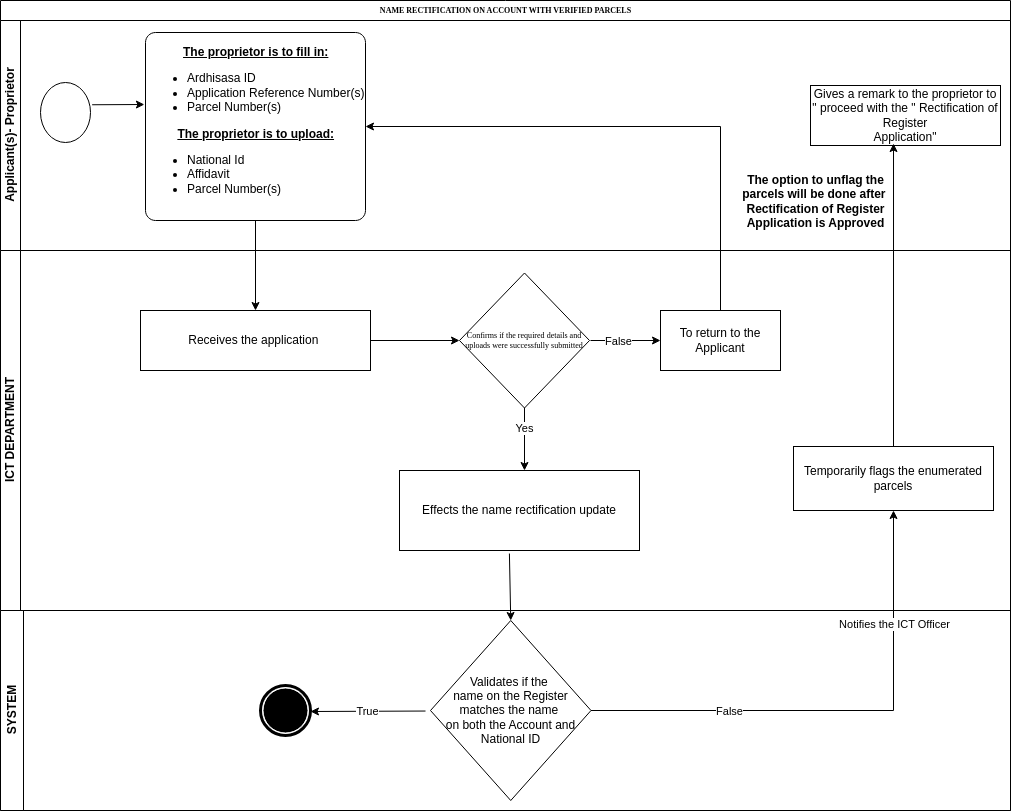
The draw.io diagram ACCOUNT NAME RECTIFICATION.drawio.png in NjeriNjeru/BPMN, before a commit. Source tidied: cells renumbered, new cells last; positions are measured from the earlier drawing's top-left corner, leaving out a move shared by most shapes.
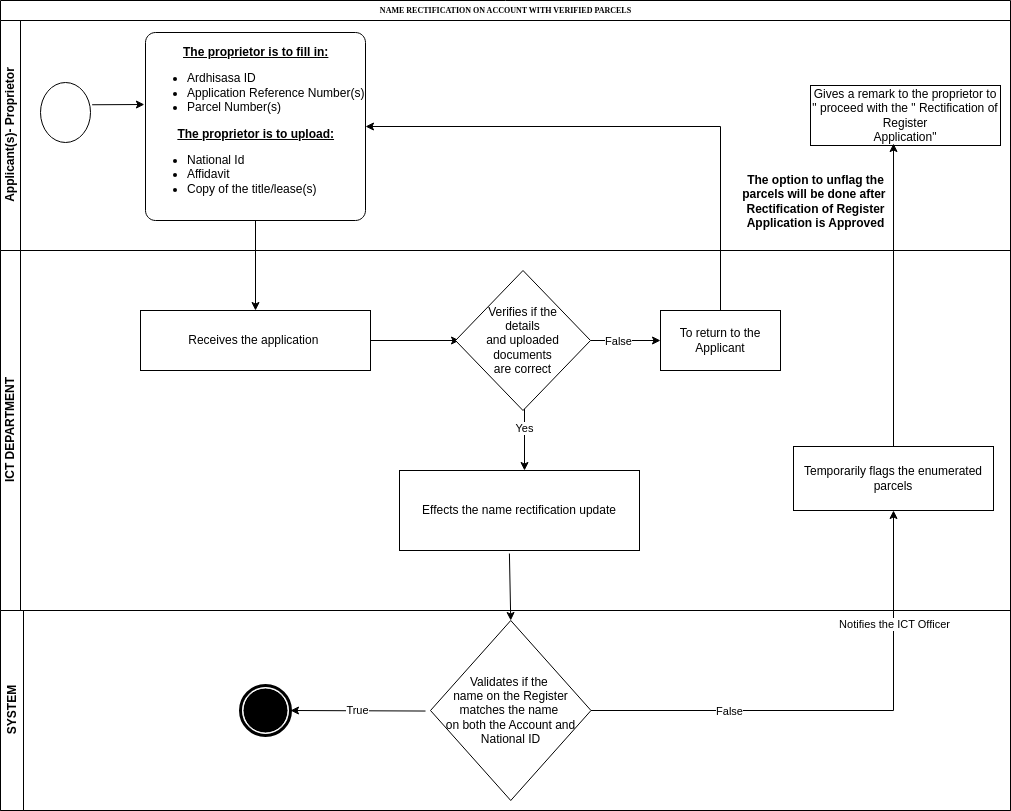
The same diagram one commit later.

Diff of the diagram source:
```diff
@@ -14,7 +14,7 @@
     <mxCell id="5" value="&lt;h6&gt;&lt;br&gt;&lt;/h6&gt;" style="text;html=1;align=center;verticalAlign=middle;strokeColor=none;fillColor=none;" parent="3" vertex="1">
       <mxGeometry x="330" y="130" width="20" height="60" as="geometry" />
     </mxCell>
-    <mxCell id="6" value="&lt;div style=&quot;text-align: center;&quot;&gt;&lt;b&gt;&lt;u&gt;The proprietor is to fill in:&lt;/u&gt;&lt;/b&gt;&lt;/div&gt;&lt;div&gt;&lt;ul&gt;&lt;li&gt;Ardhisasa ID&lt;/li&gt;&lt;li&gt;Application Reference Number(s)&lt;/li&gt;&lt;li&gt;Parcel Number(s)&lt;/li&gt;&lt;/ul&gt;&lt;b&gt;&lt;div style=&quot;text-align: center;&quot;&gt;&lt;b style=&quot;background-color: initial;&quot;&gt;&lt;u&gt;The proprietor is to upload:&lt;/u&gt;&lt;/b&gt;&lt;/div&gt;&lt;/b&gt;&lt;/div&gt;&lt;div&gt;&lt;ul&gt;&lt;li&gt;National Id&lt;/li&gt;&lt;li&gt;Affidavit&lt;/li&gt;&lt;li&gt;Parcel Number(s)&lt;/li&gt;&lt;/ul&gt;&lt;/div&gt;" style="points=[[0.25,0,0],[0.5,0,0],[0.75,0,0],[1,0.25,0],[1,0.5,0],[1,0.75,0],[0.75,1,0],[0.5,1,0],[0.25,1,0],[0,0.75,0],[0,0.5,0],[0,0.25,0]];shape=mxgraph.bpmn.task;whiteSpace=wrap;rectStyle=rounded;size=10;html=1;taskMarker=abstract;align=left;" parent="3" vertex="1">
+    <mxCell id="6" value="&lt;div style=&quot;text-align: center;&quot;&gt;&lt;b&gt;&lt;u&gt;The proprietor is to fill in:&lt;/u&gt;&lt;/b&gt;&lt;/div&gt;&lt;div&gt;&lt;ul&gt;&lt;li&gt;Ardhisasa ID&lt;/li&gt;&lt;li&gt;Application Reference Number(s)&lt;/li&gt;&lt;li&gt;Parcel Number(s)&lt;/li&gt;&lt;/ul&gt;&lt;b&gt;&lt;div style=&quot;text-align: center;&quot;&gt;&lt;b style=&quot;background-color: initial;&quot;&gt;&lt;u&gt;The proprietor is to upload:&lt;/u&gt;&lt;/b&gt;&lt;/div&gt;&lt;/b&gt;&lt;/div&gt;&lt;div&gt;&lt;ul&gt;&lt;li&gt;National Id&lt;/li&gt;&lt;li&gt;Affidavit&lt;/li&gt;&lt;li&gt;Copy of the title/lease(s)&lt;/li&gt;&lt;/ul&gt;&lt;/div&gt;" style="points=[[0.25,0,0],[0.5,0,0],[0.75,0,0],[1,0.25,0],[1,0.5,0],[1,0.75,0],[0.75,1,0],[0.5,1,0],[0.25,1,0],[0,0.75,0],[0,0.5,0],[0,0.25,0]];shape=mxgraph.bpmn.task;whiteSpace=wrap;rectStyle=rounded;size=10;html=1;taskMarker=abstract;align=left;" parent="3" vertex="1">
       <mxGeometry x="145" y="12" width="220" height="188" as="geometry" />
     </mxCell>
     <mxCell id="7" style="endArrow=classic;html=1;rounded=0;exitX=1.033;exitY=0.371;exitDx=0;exitDy=0;exitPerimeter=0;entryX=-0.005;entryY=0.383;entryDx=0;entryDy=0;entryPerimeter=0;" parent="3" edge="1" source="4" target="6">
@@ -41,14 +41,14 @@
     <mxCell id="13" value="Receives the application&amp;nbsp;" style="rounded=0;whiteSpace=wrap;html=1;" parent="12" vertex="1">
       <mxGeometry x="140" y="60" width="230" height="60" as="geometry" />
     </mxCell>
-    <mxCell id="14" value="&lt;h6&gt;&lt;font face=&quot;Times New Roman&quot; style=&quot;font-weight: normal;&quot;&gt;Confirms if the required details and uploads were successfully submitted&lt;/font&gt;&lt;/h6&gt;" style="rhombus;whiteSpace=wrap;html=1;rounded=0;align=center;" parent="12" vertex="1">
-      <mxGeometry x="459" y="22.5" width="130" height="135" as="geometry" />
-    </mxCell>
-    <mxCell id="15" style="endArrow=classic;html=1;rounded=0;exitX=1;exitY=0.5;exitDx=0;exitDy=0;entryX=0;entryY=0.5;entryDx=0;entryDy=0;" parent="12" edge="1" source="13" target="14">
-      <mxGeometry relative="1" as="geometry" />
+    <mxCell id="15" style="endArrow=classic;html=1;rounded=0;exitX=1;exitY=0.5;exitDx=0;exitDy=0;entryX=0;entryY=0.5;entryDx=0;entryDy=0;" parent="12" edge="1" source="13">
+      <mxGeometry relative="1" as="geometry">
+        <mxPoint x="459" y="90" as="targetPoint" />
+      </mxGeometry>
     </mxCell>
-    <mxCell id="16" style="endArrow=classic;html=1;rounded=0;exitX=0.5;exitY=1;exitDx=0;exitDy=0;" parent="12" edge="1" source="14">
+    <mxCell id="16" style="endArrow=classic;html=1;rounded=0;exitX=0.5;exitY=1;exitDx=0;exitDy=0;" parent="12" edge="1">
       <mxGeometry relative="1" as="geometry">
+        <mxPoint x="524" y="157.5" as="sourcePoint" />
         <mxPoint x="524" y="220" as="targetPoint" />
       </mxGeometry>
     </mxCell>
@@ -70,6 +70,9 @@
     <mxCell id="22" value="&lt;span style=&quot;text-align: left;&quot;&gt;Temporarily flags the enumerated parcels&lt;/span&gt;" style="rounded=0;whiteSpace=wrap;html=1;" parent="20" vertex="1">
       <mxGeometry x="793" y="196" width="200" height="64" as="geometry" />
     </mxCell>
+    <mxCell id="34" value="Verifies if the&lt;div&gt;details&lt;div&gt;and uploaded&lt;/div&gt;&lt;div&gt;documents&lt;/div&gt;&lt;div&gt;are correct&lt;/div&gt;&lt;/div&gt;" style="rhombus;whiteSpace=wrap;html=1;" parent="20" vertex="1">
+      <mxGeometry x="455" y="20" width="135" height="140" as="geometry" />
+    </mxCell>
     <mxCell id="23" value="SYSTEM" style="swimlane;horizontal=0;whiteSpace=wrap;html=1;" parent="2" vertex="1">
       <mxGeometry y="610" width="1010" height="200" as="geometry" />
     </mxCell>
@@ -77,8 +80,11 @@
       <mxGeometry x="430" y="10" width="160.5" height="180" as="geometry" />
     </mxCell>
     <mxCell id="25" style="points=[[0.145,0.145,0],[0.5,0,0],[0.855,0.145,0],[1,0.5,0],[0.855,0.855,0],[0.5,1,0],[0.145,0.855,0],[0,0.5,0]];shape=mxgraph.bpmn.event;html=1;verticalLabelPosition=bottom;labelBackgroundColor=#ffffff;verticalAlign=top;align=center;perimeter=ellipsePerimeter;outlineConnect=0;outline=end;symbol=terminate;" parent="23" vertex="1">
-      <mxGeometry x="260" y="75" width="50" height="50" as="geometry" />
+      <mxGeometry x="240" y="75" width="50" height="50" as="geometry" />
     </mxCell>
+    <mxCell id="33" value="True" style="endArrow=classic;html=1;rounded=0;exitX=-0.031;exitY=0.503;exitDx=0;exitDy=0;exitPerimeter=0;entryX=1;entryY=0.5;entryDx=0;entryDy=0;entryPerimeter=0;" parent="23" edge="1" source="24" target="25">
+      <mxGeometry relative="1" as="geometry" />
+    </mxCell>
     <mxCell id="26" style="edgeStyle=orthogonalEdgeStyle;rounded=0;jettySize=auto;html=1;entryX=0.5;entryY=1;entryDx=0;entryDy=0;" parent="2" edge="1" source="24" target="22">
       <mxGeometry relative="1" as="geometry" />
     </mxCell>
@@ -103,14 +109,9 @@
     </mxCell>
     <mxCell id="32" style="endArrow=classic;html=1;rounded=0;" parent="1" edge="1">
       <mxGeometry relative="1" as="geometry">
-        <mxPoint x="430" y="216" as="sourcePoint" />
-        <mxPoint x="430" y="216" as="targetPoint" />
+        <mxPoint x="420" y="200" as="sourcePoint" />
+        <mxPoint x="420" y="200" as="targetPoint" />
       </mxGeometry>
     </mxCell>
-    <mxCell id="33" value="True" style="endArrow=classic;html=1;rounded=0;exitX=-0.031;exitY=0.503;exitDx=0;exitDy=0;exitPerimeter=0;" parent="1" edge="1" source="24">
-      <mxGeometry relative="1" as="geometry">
-        <mxPoint x="310" y="711" as="targetPoint" />
-      </mxGeometry>
-    </mxCell>
   </root>
 </mxGraphModel>
```
